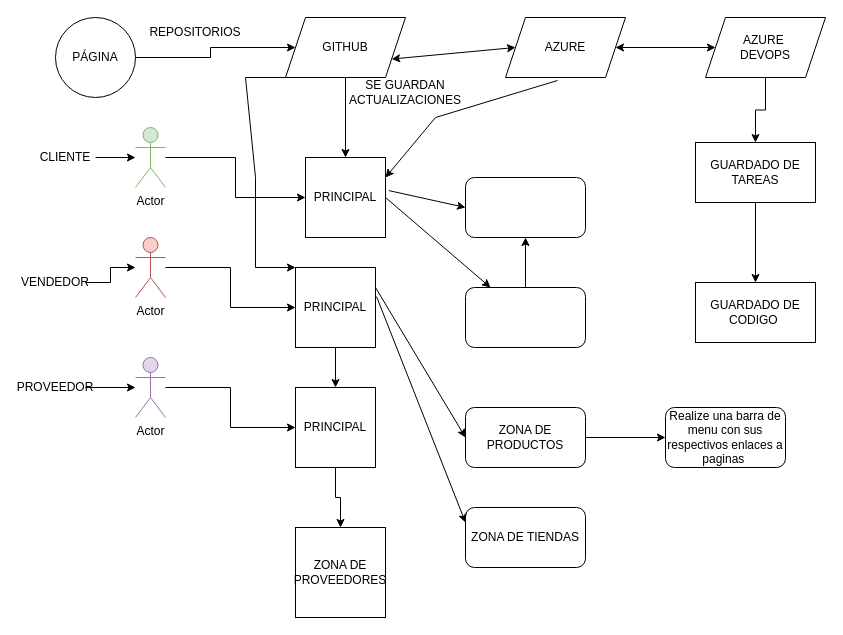
Above: Untitled Diagram.drawio in 62258553/Dise-o-de-Prueba (draw.io), before the change. Source tidied: cells renumbered, new cells numbered last; positions are measured from the earlier drawing's top-left corner, leaving out a move shared by most shapes. Both pictures are drawn from the tidied source at 100%, with x=0, y=0 at pixel (25, 17).
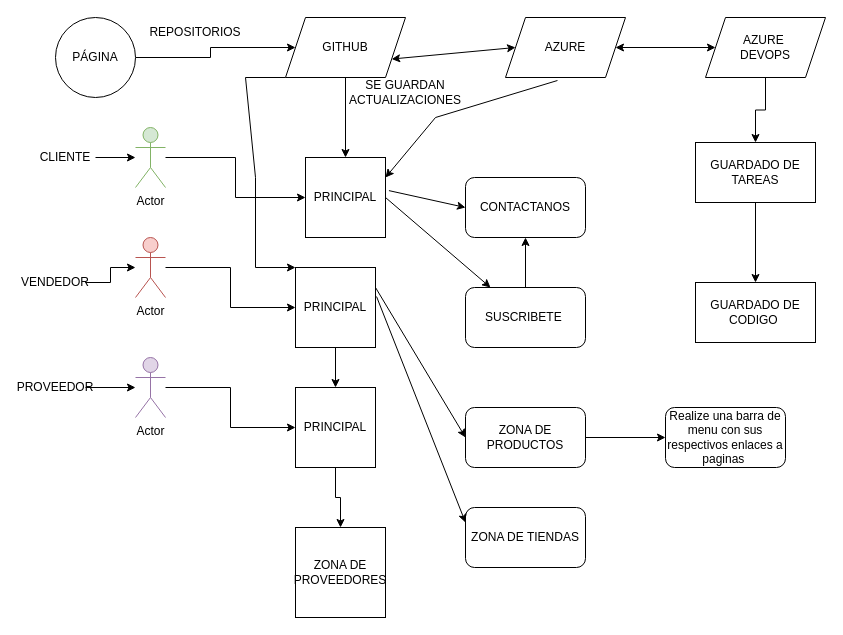
The same page after the edit.

Change to the diagram source:
```diff
@@
-    <mxCell id="33" style="rounded=1;whiteSpace=wrap;html=1;" parent="1" vertex="1">
+    <mxCell id="33" value="CONTACTANOS" style="rounded=1;whiteSpace=wrap;html=1;" parent="1" vertex="1">
       <mxGeometry x="440" y="160" width="120" height="60" as="geometry" />
     </mxCell>
@@
-    <mxCell id="35" style="rounded=1;whiteSpace=wrap;html=1;" parent="1" vertex="1">
+    <mxCell id="35" value="SUSCRIBETE&amp;nbsp;" style="rounded=1;whiteSpace=wrap;html=1;" parent="1" vertex="1">
       <mxGeometry x="440" y="270" width="120" height="60" as="geometry" />
     </mxCell>
```
